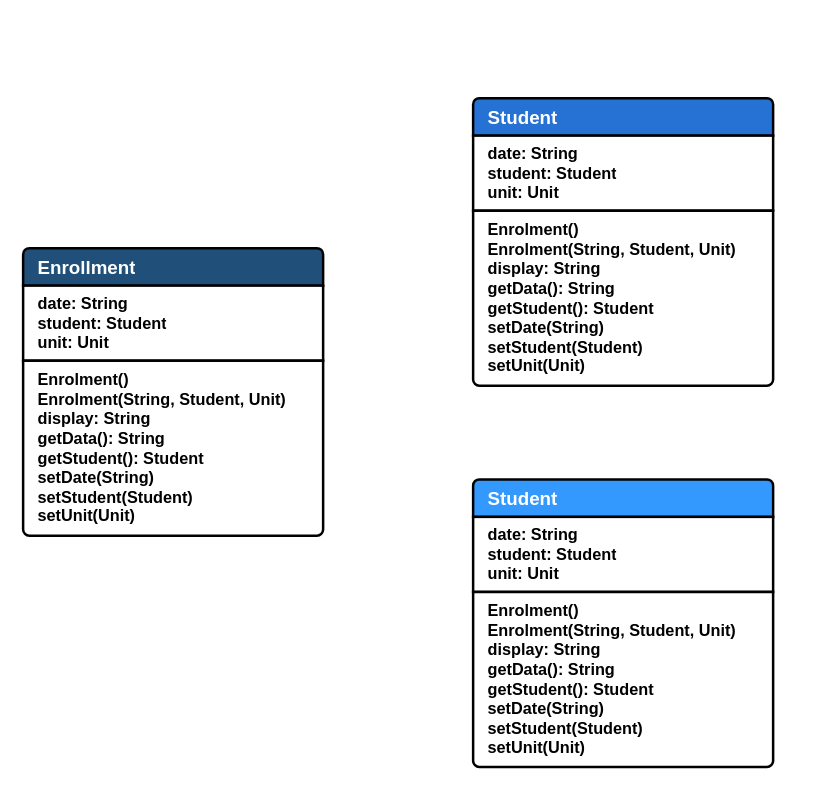
Above: Java/Assesment Rolling Project/ClassArchitecture.drawio in ByteToBits/CompScience (draw.io), before the change. Source tidied: cells renumbered, new cells numbered last; positions are measured from the earlier drawing's top-left corner, leaving out a move shared by most shapes. Both pictures are drawn from the tidied source at 125%, with x=0, y=0 at pixel (22, 98).
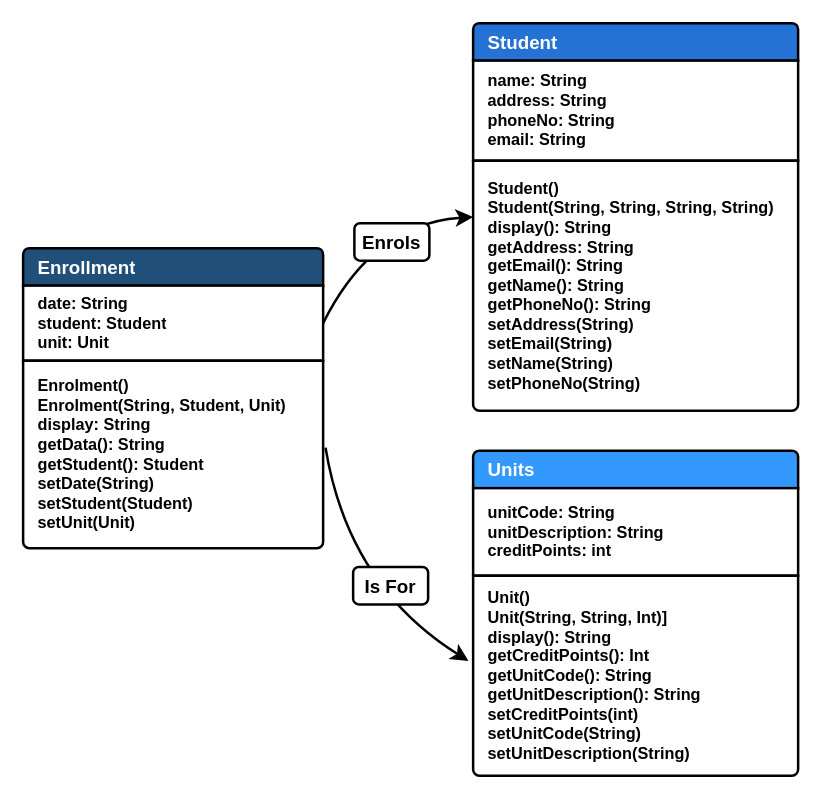
After the change.

Diff of the diagram source:
```diff
@@
     <mxCell id="2" style="swimlane;fontStyle=1;horizontal=1;startSize=0;whiteSpace=wrap;html=1;strokeColor=none;fillColor=none;strokeWidth=2;labelPadding=0;labelBorderColor=none;fontSize=13;shadow=0;perimeterSpacing=0;swimlaneLine=0;" parent="1" vertex="1">
-      <mxGeometry y="120" width="240" height="230" as="geometry" />
+      <mxGeometry y="120" width="240" height="240" as="geometry" />
     </mxCell>
@@
     <mxCell id="5" value="Enrolment()&lt;div style=&quot;font-size: 13px;&quot;&gt;Enrolment(String, Student, Unit)&lt;/div&gt;&lt;div style=&quot;font-size: 13px;&quot;&gt;display: String&lt;/div&gt;&lt;div style=&quot;font-size: 13px;&quot;&gt;getData(): String&lt;/div&gt;&lt;div style=&quot;font-size: 13px;&quot;&gt;getStudent(): Student&lt;/div&gt;&lt;div style=&quot;font-size: 13px;&quot;&gt;setDate(String)&lt;/div&gt;&lt;div style=&quot;font-size: 13px;&quot;&gt;setStudent(Student)&lt;/div&gt;&lt;div style=&quot;font-size: 13px;&quot;&gt;setUnit(Unit)&lt;/div&gt;" style="text;strokeColor=default;fillColor=#FFFFFF;align=left;verticalAlign=middle;spacingLeft=10;spacingRight=10;overflow=hidden;whiteSpace=wrap;html=1;shape=mxgraph.bootstrap.bottomButton;rSize=5;fontColor=#000000;strokeWidth=2;labelPadding=0;labelBorderColor=none;fontSize=13;fontStyle=1;shadow=0;perimeterSpacing=0;swimlaneLine=0;" parent="2" vertex="1">
-      <mxGeometry y="90" width="240" height="140" as="geometry" />
+      <mxGeometry y="90" width="240" height="150" as="geometry" />
     </mxCell>
     <mxCell id="6" style="swimlane;fontStyle=1;horizontal=1;startSize=0;whiteSpace=wrap;html=1;strokeColor=none;fillColor=none;strokeWidth=2;labelPadding=0;labelBorderColor=none;fontSize=13;shadow=0;perimeterSpacing=0;swimlaneLine=0;" parent="1" vertex="1">
-      <mxGeometry x="360" width="240" height="230" as="geometry" />
+      <mxGeometry x="360" y="-60" width="260" height="310" as="geometry" />
     </mxCell>
     <mxCell id="7" value="Student" style="text;strokeColor=default;fillColor=#2571d4;align=left;verticalAlign=middle;spacingLeft=10;spacingRight=10;overflow=hidden;whiteSpace=wrap;html=1;shape=mxgraph.bootstrap.topButton;rSize=5;fontColor=#ffffff;labelBackgroundColor=none;fontSize=15;fontStyle=1;fontFamily=Helvetica;strokeWidth=2;labelPadding=0;labelBorderColor=none;shadow=0;perimeterSpacing=0;swimlaneLine=0;" parent="6" vertex="1">
-      <mxGeometry width="240" height="30" as="geometry" />
+      <mxGeometry width="260" height="30" as="geometry" />
     </mxCell>
-    <mxCell id="8" value="date: String&lt;div style=&quot;font-size: 13px;&quot;&gt;student: Student&lt;/div&gt;&lt;div style=&quot;font-size: 13px;&quot;&gt;unit: Unit&lt;/div&gt;" style="text;strokeColor=default;fillColor=#FFFFFF;align=left;verticalAlign=middle;spacingLeft=10;spacingRight=10;overflow=hidden;whiteSpace=wrap;html=1;rSize=5;fontColor=#000000;strokeWidth=2;labelPadding=0;labelBorderColor=none;fontSize=13;fontStyle=1;shadow=0;perimeterSpacing=0;swimlaneLine=0;" parent="6" vertex="1">
-      <mxGeometry y="30" width="240" height="60" as="geometry" />
+    <mxCell id="8" value="name: String&lt;div&gt;address: String&lt;/div&gt;&lt;div&gt;phoneNo: String&lt;/div&gt;&lt;div&gt;email: String&lt;/div&gt;" style="text;strokeColor=default;fillColor=#FFFFFF;align=left;verticalAlign=middle;spacingLeft=10;spacingRight=10;overflow=hidden;whiteSpace=wrap;html=1;rSize=5;fontColor=#000000;strokeWidth=2;labelPadding=0;labelBorderColor=none;fontSize=13;fontStyle=1;shadow=0;perimeterSpacing=0;swimlaneLine=0;" parent="6" vertex="1">
+      <mxGeometry y="30" width="260" height="80" as="geometry" />
     </mxCell>
-    <mxCell id="9" value="Enrolment()&lt;div style=&quot;font-size: 13px;&quot;&gt;Enrolment(String, Student, Unit)&lt;/div&gt;&lt;div style=&quot;font-size: 13px;&quot;&gt;display: String&lt;/div&gt;&lt;div style=&quot;font-size: 13px;&quot;&gt;getData(): String&lt;/div&gt;&lt;div style=&quot;font-size: 13px;&quot;&gt;getStudent(): Student&lt;/div&gt;&lt;div style=&quot;font-size: 13px;&quot;&gt;setDate(String)&lt;/div&gt;&lt;div style=&quot;font-size: 13px;&quot;&gt;setStudent(Student)&lt;/div&gt;&lt;div style=&quot;font-size: 13px;&quot;&gt;setUnit(Unit)&lt;/div&gt;" style="text;strokeColor=default;fillColor=#FFFFFF;align=left;verticalAlign=middle;spacingLeft=10;spacingRight=10;overflow=hidden;whiteSpace=wrap;html=1;shape=mxgraph.bootstrap.bottomButton;rSize=5;fontColor=#000000;strokeWidth=2;labelPadding=0;labelBorderColor=none;fontSize=13;fontStyle=1;shadow=0;perimeterSpacing=0;swimlaneLine=0;" parent="6" vertex="1">
-      <mxGeometry y="90" width="240" height="140" as="geometry" />
+    <mxCell id="9" value="Student()&lt;div&gt;Student(String, String, String, String)&lt;/div&gt;&lt;div&gt;display(): String&lt;/div&gt;&lt;div&gt;getAddress: String&lt;/div&gt;&lt;div&gt;getEmail(): String&lt;/div&gt;&lt;div&gt;getName(): String&lt;/div&gt;&lt;div&gt;getPhoneNo(): String&lt;/div&gt;&lt;div&gt;setAddress(String)&lt;/div&gt;&lt;div&gt;setEmail(String)&lt;/div&gt;&lt;div&gt;setName(String)&lt;/div&gt;&lt;div&gt;setPhoneNo(String)&lt;/div&gt;" style="text;strokeColor=default;fillColor=#FFFFFF;align=left;verticalAlign=middle;spacingLeft=10;spacingRight=10;overflow=hidden;whiteSpace=wrap;html=1;shape=mxgraph.bootstrap.bottomButton;rSize=5;fontColor=#000000;strokeWidth=2;labelPadding=0;labelBorderColor=none;fontSize=13;fontStyle=1;shadow=0;perimeterSpacing=0;swimlaneLine=0;" parent="6" vertex="1">
+      <mxGeometry y="110" width="260" height="200" as="geometry" />
     </mxCell>
     <mxCell id="10" style="swimlane;fontStyle=1;horizontal=1;startSize=0;whiteSpace=wrap;html=1;strokeColor=none;fillColor=none;strokeWidth=2;labelPadding=0;labelBorderColor=none;fontSize=13;shadow=0;perimeterSpacing=0;swimlaneLine=0;" parent="1" vertex="1">
-      <mxGeometry x="360" y="305" width="240" height="230" as="geometry" />
+      <mxGeometry x="360" y="282" width="260" height="260" as="geometry" />
     </mxCell>
-    <mxCell id="11" value="Student" style="text;strokeColor=default;fillColor=#3399FF;align=left;verticalAlign=middle;spacingLeft=10;spacingRight=10;overflow=hidden;whiteSpace=wrap;html=1;shape=mxgraph.bootstrap.topButton;rSize=5;fontColor=#ffffff;labelBackgroundColor=none;fontSize=15;fontStyle=1;fontFamily=Helvetica;strokeWidth=2;labelPadding=0;labelBorderColor=none;shadow=0;perimeterSpacing=0;swimlaneLine=0;" parent="10" vertex="1">
-      <mxGeometry width="240" height="30" as="geometry" />
+    <mxCell id="11" value="Units" style="text;strokeColor=default;fillColor=#3399FF;align=left;verticalAlign=middle;spacingLeft=10;spacingRight=10;overflow=hidden;whiteSpace=wrap;html=1;shape=mxgraph.bootstrap.topButton;rSize=5;fontColor=#ffffff;labelBackgroundColor=none;fontSize=15;fontStyle=1;fontFamily=Helvetica;strokeWidth=2;labelPadding=0;labelBorderColor=none;shadow=0;perimeterSpacing=0;swimlaneLine=0;" parent="10" vertex="1">
+      <mxGeometry width="260" height="30" as="geometry" />
     </mxCell>
-    <mxCell id="12" value="date: String&lt;div style=&quot;font-size: 13px;&quot;&gt;student: Student&lt;/div&gt;&lt;div style=&quot;font-size: 13px;&quot;&gt;unit: Unit&lt;/div&gt;" style="text;strokeColor=default;fillColor=#FFFFFF;align=left;verticalAlign=middle;spacingLeft=10;spacingRight=10;overflow=hidden;whiteSpace=wrap;html=1;rSize=5;fontColor=#000000;strokeWidth=2;labelPadding=0;labelBorderColor=none;fontSize=13;fontStyle=1;shadow=0;perimeterSpacing=0;swimlaneLine=0;" parent="10" vertex="1">
-      <mxGeometry y="30" width="240" height="60" as="geometry" />
+    <mxCell id="12" value="unitCode: String&lt;div&gt;unitDescription: String&lt;/div&gt;&lt;div&gt;creditPoints: int&lt;/div&gt;" style="text;strokeColor=default;fillColor=#FFFFFF;align=left;verticalAlign=middle;spacingLeft=10;spacingRight=10;overflow=hidden;whiteSpace=wrap;html=1;rSize=5;fontColor=#000000;strokeWidth=2;labelPadding=0;labelBorderColor=none;fontSize=13;fontStyle=1;shadow=0;perimeterSpacing=0;swimlaneLine=0;" parent="10" vertex="1">
+      <mxGeometry y="30" width="260" height="70" as="geometry" />
     </mxCell>
-    <mxCell id="13" value="Enrolment()&lt;div style=&quot;font-size: 13px;&quot;&gt;Enrolment(String, Student, Unit)&lt;/div&gt;&lt;div style=&quot;font-size: 13px;&quot;&gt;display: String&lt;/div&gt;&lt;div style=&quot;font-size: 13px;&quot;&gt;getData(): String&lt;/div&gt;&lt;div style=&quot;font-size: 13px;&quot;&gt;getStudent(): Student&lt;/div&gt;&lt;div style=&quot;font-size: 13px;&quot;&gt;setDate(String)&lt;/div&gt;&lt;div style=&quot;font-size: 13px;&quot;&gt;setStudent(Student)&lt;/div&gt;&lt;div style=&quot;font-size: 13px;&quot;&gt;setUnit(Unit)&lt;/div&gt;" style="text;strokeColor=default;fillColor=#FFFFFF;align=left;verticalAlign=middle;spacingLeft=10;spacingRight=10;overflow=hidden;whiteSpace=wrap;html=1;shape=mxgraph.bootstrap.bottomButton;rSize=5;fontColor=#000000;strokeWidth=2;labelPadding=0;labelBorderColor=none;fontSize=13;fontStyle=1;shadow=0;perimeterSpacing=0;swimlaneLine=0;" parent="10" vertex="1">
-      <mxGeometry y="90" width="240" height="140" as="geometry" />
+    <mxCell id="13" value="Unit()&lt;div&gt;Unit(String, String, Int)]&lt;/div&gt;&lt;div&gt;display(): String&lt;/div&gt;&lt;div&gt;getCreditPoints(): Int&lt;/div&gt;&lt;div&gt;getUnitCode(): String&lt;/div&gt;&lt;div&gt;getUnitDescription(): String&lt;/div&gt;&lt;div&gt;setCreditPoints(int)&lt;/div&gt;&lt;div&gt;setUnitCode(String)&lt;/div&gt;&lt;div&gt;setUnitDescription(String)&lt;/div&gt;" style="text;strokeColor=default;fillColor=#FFFFFF;align=left;verticalAlign=middle;spacingLeft=10;spacingRight=10;overflow=hidden;whiteSpace=wrap;html=1;shape=mxgraph.bootstrap.bottomButton;rSize=5;fontColor=#000000;strokeWidth=2;labelPadding=0;labelBorderColor=none;fontSize=13;fontStyle=1;shadow=0;perimeterSpacing=0;swimlaneLine=0;" parent="10" vertex="1">
+      <mxGeometry y="100" width="260" height="160" as="geometry" />
     </mxCell>
+    <mxCell id="14" style="edgeStyle=none;jettySize=auto;html=1;rounded=0;fontSize=12;startSize=8;endSize=8;curved=1;exitX=1;exitY=0.25;exitDx=0;exitDy=0;entryX=0;entryY=0.5;entryDx=0;entryDy=0;strokeWidth=2;" parent="1" edge="1" source="2" target="6">
+      <mxGeometry relative="1" as="geometry">
+        <Array as="points">
+          <mxPoint x="280" y="100" />
+        </Array>
+      </mxGeometry>
+    </mxCell>
+    <mxCell id="15" style="edgeStyle=none;jettySize=auto;html=1;rounded=0;fontSize=12;startSize=8;endSize=8;curved=1;exitX=1.008;exitY=0.665;exitDx=0;exitDy=0;entryX=-0.014;entryY=0.647;entryDx=0;entryDy=0;strokeWidth=2;exitPerimeter=0;entryPerimeter=0;" parent="1" edge="1" source="2" target="10">
+      <mxGeometry relative="1" as="geometry">
+        <Array as="points">
+          <mxPoint x="260" y="390" />
+        </Array>
+      </mxGeometry>
+    </mxCell>
+    <mxCell id="16" value="Enrols" style="text;strokeColor=default;fillColor=default;align=center;verticalAlign=middle;whiteSpace=wrap;rounded=1;fontSize=15;strokeWidth=2;fontStyle=1;labelBackgroundColor=default;gradientColor=none;" parent="1" vertex="1">
+      <mxGeometry x="265" y="100" width="60" height="30" as="geometry" />
+    </mxCell>
+    <mxCell id="17" value="Is For" style="text;strokeColor=default;fillColor=default;align=center;verticalAlign=middle;whiteSpace=wrap;rounded=1;fontSize=15;strokeWidth=2;fontStyle=1;labelBackgroundColor=default;gradientColor=none;" parent="1" vertex="1">
+      <mxGeometry x="264" y="375" width="60" height="30" as="geometry" />
+    </mxCell>
```
